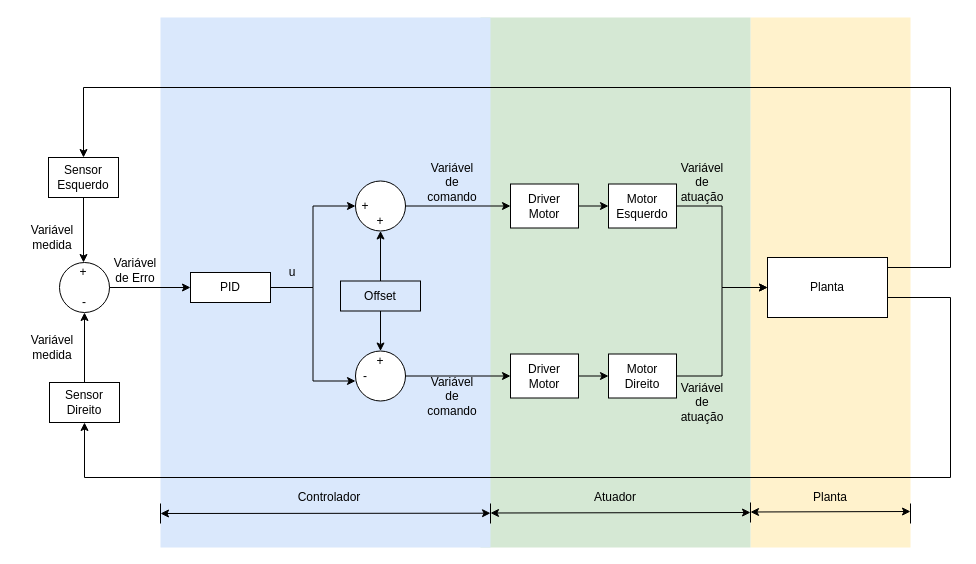
The draw.io diagram 03Flowcharts/PID/DiagramaPID_v2.drawio in LPI-2020/DWR-19, before the edit. Source tidied: cells renumbered, new cells numbered last; positions are measured from the earlier drawing's top-left corner, leaving out a move shared by most shapes. Both pictures are drawn from the tidied source at 100%, with x=0, y=0 at pixel (30, 17).
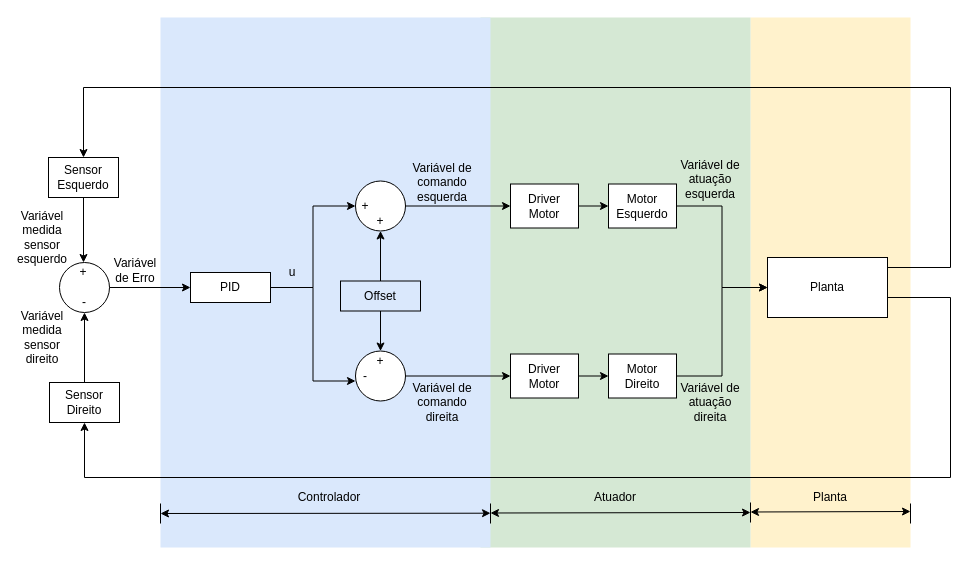
After the change.

Commit message (it also covers changes not shown here):
mais uma correcao diagrama PID

Change to the diagram source:
```diff
@@
-    <mxCell id="8" value="Variável de comando" style="text;html=1;strokeColor=none;fillColor=none;align=center;verticalAlign=middle;whiteSpace=wrap;rounded=0;direction=south;" parent="1" vertex="1">
-      <mxGeometry x="400" y="130" width="44" height="70" as="geometry" />
+    <mxCell id="8" value="Variável de comando&lt;br&gt;esquerda" style="text;html=1;strokeColor=none;fillColor=none;align=center;verticalAlign=middle;whiteSpace=wrap;rounded=0;direction=south;" parent="1" vertex="1">
+      <mxGeometry x="380" y="130" width="64" height="70" as="geometry" />
     </mxCell>
@@
-    <mxCell id="43" value="Variável de comando" style="text;html=1;strokeColor=none;fillColor=none;align=center;verticalAlign=middle;whiteSpace=wrap;rounded=0;direction=south;" parent="1" vertex="1">
-      <mxGeometry x="400" y="343.5" width="44" height="70" as="geometry" />
+    <mxCell id="43" value="Variável de comando&lt;br&gt;direita" style="text;html=1;strokeColor=none;fillColor=none;align=center;verticalAlign=middle;whiteSpace=wrap;rounded=0;direction=south;" parent="1" vertex="1">
+      <mxGeometry x="380" y="350" width="64" height="70" as="geometry" />
     </mxCell>
-    <mxCell id="44" value="Variável de atuação" style="text;html=1;strokeColor=none;fillColor=none;align=center;verticalAlign=middle;whiteSpace=wrap;rounded=0;direction=south;" parent="1" vertex="1">
-      <mxGeometry x="650" y="130" width="44" height="70" as="geometry" />
+    <mxCell id="44" value="Variável de atuação&lt;br&gt;esquerda" style="text;html=1;strokeColor=none;fillColor=none;align=center;verticalAlign=middle;whiteSpace=wrap;rounded=0;direction=south;" parent="1" vertex="1">
+      <mxGeometry x="635" y="127" width="90" height="70" as="geometry" />
     </mxCell>
-    <mxCell id="45" value="Variável de atuação" style="text;html=1;strokeColor=none;fillColor=none;align=center;verticalAlign=middle;whiteSpace=wrap;rounded=0;direction=south;" parent="1" vertex="1">
-      <mxGeometry x="650" y="350" width="44" height="70" as="geometry" />
+    <mxCell id="45" value="Variável de atuação&lt;br&gt;direita" style="text;html=1;strokeColor=none;fillColor=none;align=center;verticalAlign=middle;whiteSpace=wrap;rounded=0;direction=south;" parent="1" vertex="1">
+      <mxGeometry x="640" y="350" width="80" height="70" as="geometry" />
     </mxCell>
-    <mxCell id="46" value="Variável medida" style="text;html=1;strokeColor=none;fillColor=none;align=center;verticalAlign=middle;whiteSpace=wrap;rounded=0;direction=south;" parent="1" vertex="1">
-      <mxGeometry y="185" width="44" height="70" as="geometry" />
+    <mxCell id="46" value="Variável medida&lt;br&gt;sensor&lt;br&gt;esquerdo" style="text;html=1;strokeColor=none;fillColor=none;align=center;verticalAlign=middle;whiteSpace=wrap;rounded=0;direction=south;" parent="1" vertex="1">
+      <mxGeometry x="-10" y="185" width="44" height="70" as="geometry" />
     </mxCell>
-    <mxCell id="47" value="Variável medida" style="text;html=1;strokeColor=none;fillColor=none;align=center;verticalAlign=middle;whiteSpace=wrap;rounded=0;direction=south;" parent="1" vertex="1">
-      <mxGeometry y="295" width="44" height="70" as="geometry" />
+    <mxCell id="47" value="Variável medida&lt;br&gt;sensor&lt;br&gt;direito" style="text;html=1;strokeColor=none;fillColor=none;align=center;verticalAlign=middle;whiteSpace=wrap;rounded=0;direction=south;" parent="1" vertex="1">
+      <mxGeometry x="-10" y="285" width="44" height="70" as="geometry" />
     </mxCell>
```
